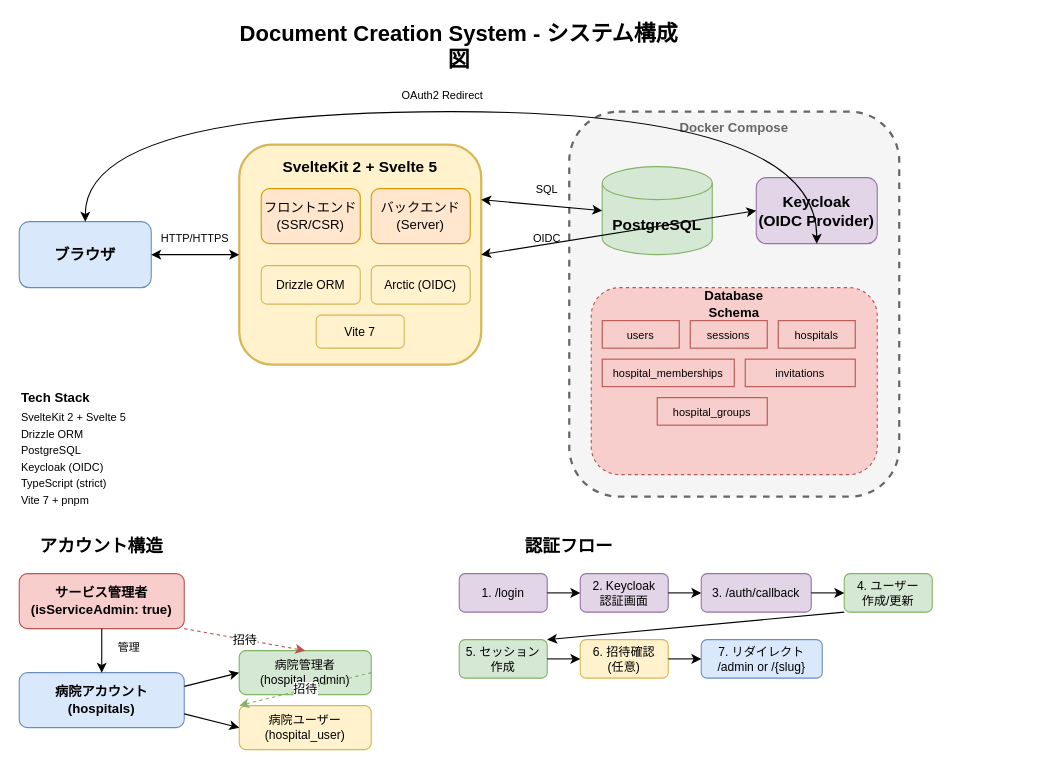
Before: docs/system-architecture.drawio in pottech/document-creation, a draw.io diagram. Source tidied: cells renumbered, new cells numbered last; positions are measured from the earlier drawing's top-left corner, leaving out a move shared by most shapes. Both pictures are drawn from the tidied source at 110%, with x=0, y=0 at pixel (19, 23).
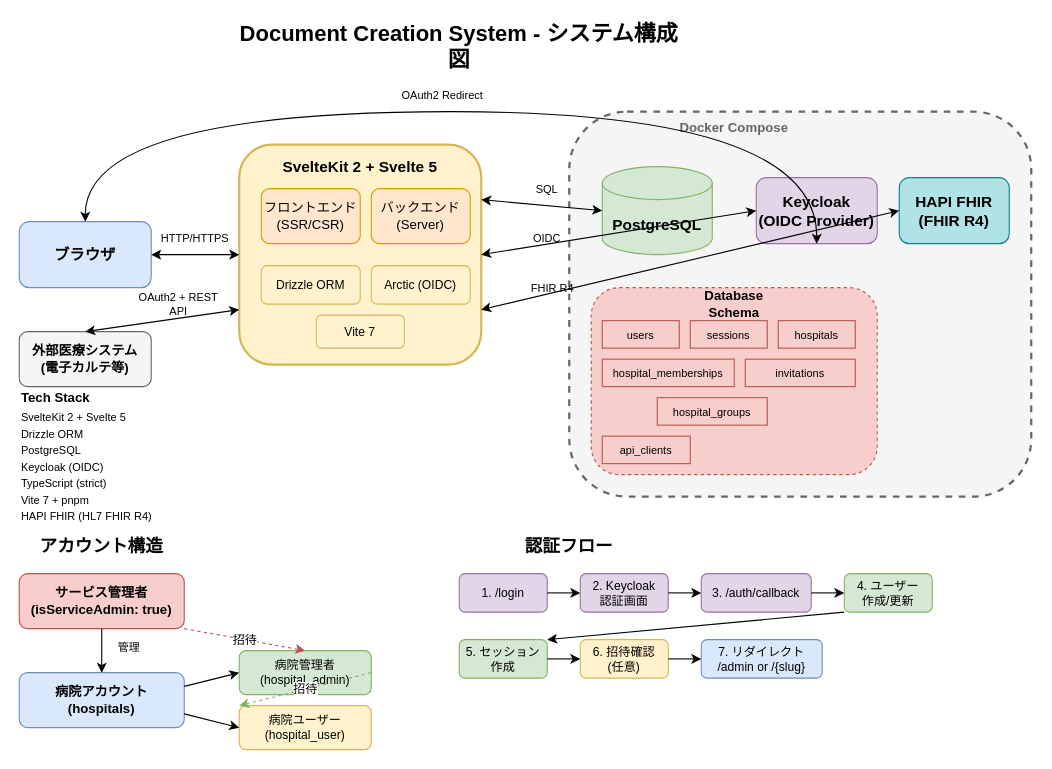
After the change.

Unchanged cells that the change refers to:
```xml
<mxCell id="6" style="rounded=1;whiteSpace=wrap;html=1;fillColor=#fff2cc;strokeColor=#d6b656;strokeWidth=2;" parent="1" vertex="1">
  <mxGeometry x="200" y="110" width="220" height="200" as="geometry" />
</mxCell>
```

What changed in the source:
```diff
@@
     <mxCell id="3" style="rounded=1;whiteSpace=wrap;html=1;strokeColor=#666666;fillColor=#f5f5f5;dashed=1;strokeWidth=2;" parent="1" vertex="1">
-      <mxGeometry x="500" y="80" width="300" height="350" as="geometry" />
+      <mxGeometry x="500" y="80" width="420" height="350" as="geometry" />
     </mxCell>
@@
+    <mxCell id="63" value="api_clients" style="rounded=0;whiteSpace=wrap;html=1;fillColor=#f8cecc;strokeColor=#b85450;fontSize=10;" parent="1" vertex="1">
+      <mxGeometry x="530" y="375" width="80" height="25" as="geometry" />
+    </mxCell>
+    <mxCell id="64" value="HAPI FHIR&#10;(FHIR R4)" style="rounded=1;whiteSpace=wrap;html=1;fillColor=#b0e3e6;strokeColor=#0e8088;fontSize=14;fontStyle=1;" parent="1" vertex="1">
+      <mxGeometry x="800" y="140" width="100" height="60" as="geometry" />
+    </mxCell>
+    <mxCell id="65" value="外部医療システム&#10;(電子カルテ等)" style="rounded=1;whiteSpace=wrap;html=1;fillColor=#f5f5f5;strokeColor=#666666;fontSize=12;fontStyle=1;" parent="1" vertex="1">
+      <mxGeometry y="280" width="120" height="50" as="geometry" />
+    </mxCell>
+    <mxCell id="66" style="endArrow=classic;startArrow=classic;html=1;rounded=0;exitX=1;exitY=0.75;exitDx=0;exitDy=0;entryX=0;entryY=0.5;entryDx=0;entryDy=0;" parent="1" edge="1" source="6" target="64">
+      <mxGeometry relative="1" as="geometry" />
+    </mxCell>
+    <mxCell id="67" value="FHIR R4" style="text;html=1;strokeColor=none;fillColor=none;align=center;verticalAlign=middle;whiteSpace=wrap;rounded=0;fontSize=10;" parent="1" vertex="1">
+      <mxGeometry x="460" y="230" width="50" height="20" as="geometry" />
+    </mxCell>
+    <mxCell id="68" style="endArrow=classic;startArrow=classic;html=1;rounded=0;exitX=0.5;exitY=0;exitDx=0;exitDy=0;entryX=0;entryY=0.75;entryDx=0;entryDy=0;" parent="1" edge="1" source="65" target="6">
+      <mxGeometry relative="1" as="geometry" />
+    </mxCell>
+    <mxCell id="69" value="OAuth2 + REST API" style="text;html=1;strokeColor=none;fillColor=none;align=center;verticalAlign=middle;whiteSpace=wrap;rounded=0;fontSize=10;" parent="1" vertex="1">
+      <mxGeometry x="100" y="245" width="90" height="20" as="geometry" />
+    </mxCell>
@@
+    <mxCell id="70" value="HAPI FHIR (HL7 FHIR R4)" style="text;html=1;strokeColor=none;fillColor=none;align=left;verticalAlign=middle;whiteSpace=wrap;rounded=0;fontSize=10;" parent="1" vertex="1">
+      <mxGeometry y="440" width="140" height="15" as="geometry" />
+    </mxCell>
```
